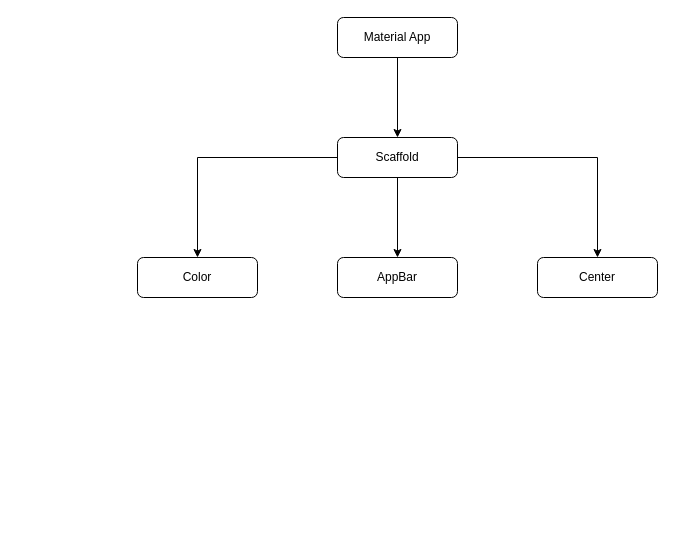
This is Untitled Diagram.drawio from codegitpro/PK-flutter-rich, a draw.io file, before an edit. Source tidied: cells renumbered, new cells numbered last; positions are measured from the earlier drawing's top-left corner, leaving out a move shared by most shapes. Both pictures are drawn from the tidied source at 100%, with x=0, y=0 at pixel (137, 17).
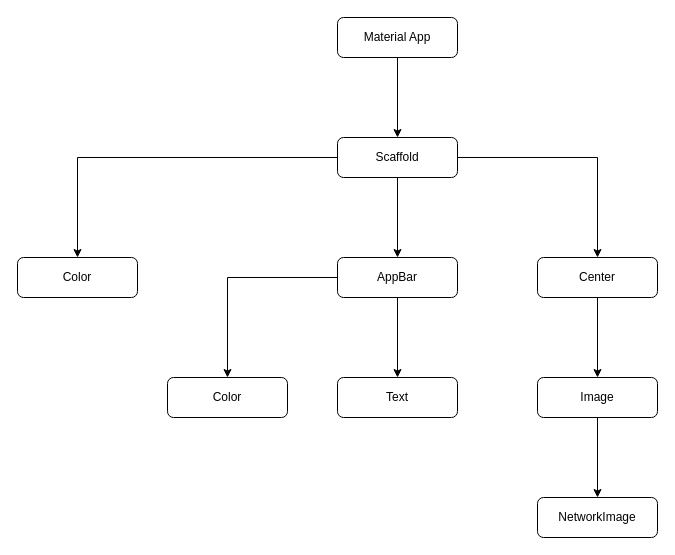
Above is the later version.

Change to the diagram source:
```diff
@@
 <mxGraphModel>
   <root>
     <mxCell id="0" />
     <mxCell id="1" parent="0" />
     <mxCell id="2" style="edgeStyle=orthogonalEdgeStyle;rounded=0;jettySize=auto;html=1;" parent="1" edge="1" source="3" target="7">
       <mxGeometry relative="1" as="geometry" />
     </mxCell>
     <mxCell id="3" value="Material App" style="rounded=1;whiteSpace=wrap;html=1;" parent="1" vertex="1">
       <mxGeometry x="200" width="120" height="40" as="geometry" />
     </mxCell>
     <mxCell id="4" style="edgeStyle=orthogonalEdgeStyle;rounded=0;jettySize=auto;html=1;" parent="1" edge="1" source="7" target="8">
       <mxGeometry relative="1" as="geometry" />
     </mxCell>
     <mxCell id="5" style="edgeStyle=orthogonalEdgeStyle;rounded=0;jettySize=auto;html=1;" parent="1" edge="1" source="7" target="9">
       <mxGeometry relative="1" as="geometry" />
     </mxCell>
     <mxCell id="6" style="edgeStyle=orthogonalEdgeStyle;rounded=0;jettySize=auto;html=1;" parent="1" edge="1" source="7" target="10">
       <mxGeometry relative="1" as="geometry" />
     </mxCell>
     <mxCell id="7" value="Scaffold" style="rounded=1;whiteSpace=wrap;html=1;" parent="1" vertex="1">
       <mxGeometry x="200" y="120" width="120" height="40" as="geometry" />
     </mxCell>
+    <mxCell id="11" style="edgeStyle=orthogonalEdgeStyle;rounded=0;jettySize=auto;html=1;" parent="1" edge="1" source="8" target="15">
+      <mxGeometry relative="1" as="geometry" />
+    </mxCell>
     <mxCell id="8" value="Center" style="rounded=1;whiteSpace=wrap;html=1;" parent="1" vertex="1">
       <mxGeometry x="400" y="240" width="120" height="40" as="geometry" />
     </mxCell>
     <mxCell id="9" value="Color" style="rounded=1;whiteSpace=wrap;html=1;" parent="1" vertex="1">
-      <mxGeometry y="240" width="120" height="40" as="geometry" />
+      <mxGeometry x="-120" y="240" width="120" height="40" as="geometry" />
     </mxCell>
+    <mxCell id="12" style="edgeStyle=orthogonalEdgeStyle;rounded=0;jettySize=auto;html=1;" parent="1" edge="1" source="10" target="17">
+      <mxGeometry relative="1" as="geometry" />
+    </mxCell>
+    <mxCell id="13" style="edgeStyle=orthogonalEdgeStyle;rounded=0;jettySize=auto;html=1;" parent="1" edge="1" source="10" target="18">
+      <mxGeometry relative="1" as="geometry" />
+    </mxCell>
     <mxCell id="10" value="AppBar" style="rounded=1;whiteSpace=wrap;html=1;" parent="1" vertex="1">
       <mxGeometry x="200" y="240" width="120" height="40" as="geometry" />
     </mxCell>
+    <mxCell id="14" style="edgeStyle=orthogonalEdgeStyle;rounded=0;jettySize=auto;html=1;" parent="1" edge="1" source="15" target="16">
+      <mxGeometry relative="1" as="geometry" />
+    </mxCell>
+    <mxCell id="15" value="Image" style="rounded=1;whiteSpace=wrap;html=1;" parent="1" vertex="1">
+      <mxGeometry x="400" y="360" width="120" height="40" as="geometry" />
+    </mxCell>
+    <mxCell id="16" value="NetworkImage" style="rounded=1;whiteSpace=wrap;html=1;" parent="1" vertex="1">
+      <mxGeometry x="400" y="480" width="120" height="40" as="geometry" />
+    </mxCell>
+    <mxCell id="17" value="Text" style="rounded=1;whiteSpace=wrap;html=1;" parent="1" vertex="1">
+      <mxGeometry x="200" y="360" width="120" height="40" as="geometry" />
+    </mxCell>
+    <mxCell id="18" value="Color" style="rounded=1;whiteSpace=wrap;html=1;" parent="1" vertex="1">
+      <mxGeometry x="30" y="360" width="120" height="40" as="geometry" />
+    </mxCell>
   </root>
 </mxGraphModel>
```
